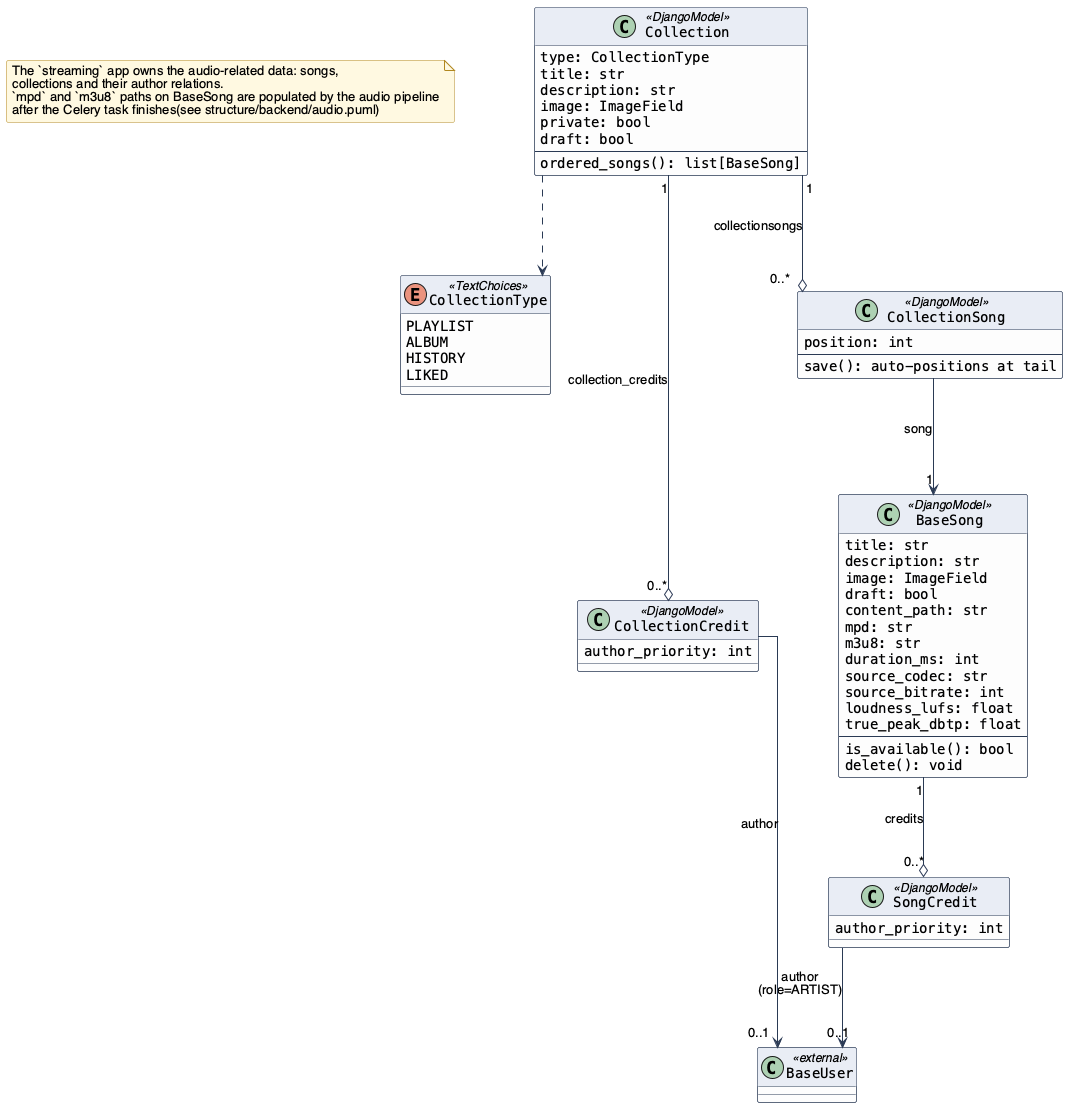
This is text/diagrams/StreamingClassDiagram.png from ddrddrr/musikk, a PlantUML export, as it was before one commit. Source of this version:
```plantuml
@startuml StreamingClassDiagram

!include ../../_style.puml

note as n1
The `streaming` app owns the audio-related data: songs,
collections and their author relations.
`mpd` and `m3u8` paths on BaseSong are populated by the audio pipeline
after the Celery task finishes(see structure/backend/audio.puml)
end note

class BaseUser <<external>>

enum CollectionType <<TextChoices>> {
    PLAYLIST
    ALBUM
    HISTORY
    LIKED
}

class BaseSong <<DjangoModel>> {
    title: str
    description: str
    image: ImageField
    draft: bool
    content_path: str
    mpd: str
    m3u8: str
    duration_ms: int
    source_codec: str
    source_bitrate: int
    loudness_lufs: float
    true_peak_dbtp: float
    --
    is_available(): bool
    delete(): void
}

class SongCredit <<DjangoModel>> {
    author_priority: int
}

class Collection <<DjangoModel>> {
    type: CollectionType
    title: str
    description: str
    image: ImageField
    private: bool
    draft: bool
    --
    ordered_songs(): list[BaseSong]
}

class CollectionCredit <<DjangoModel>> {
    author_priority: int
}

class CollectionSong <<DjangoModel>> {
    position: int
    --
    save(): auto-positions at tail
}

Collection ..> CollectionType

BaseSong "1" --o "0..*" SongCredit : credits
SongCredit --> "0..1" BaseUser : author\n(role=ARTIST)

Collection "1" --o "0..*" CollectionCredit : collection_credits
CollectionCredit --> "0..1" BaseUser : author

Collection "1" --o "0..*" CollectionSong : collectionsongs
CollectionSong --> "1" BaseSong : song

@enduml
```
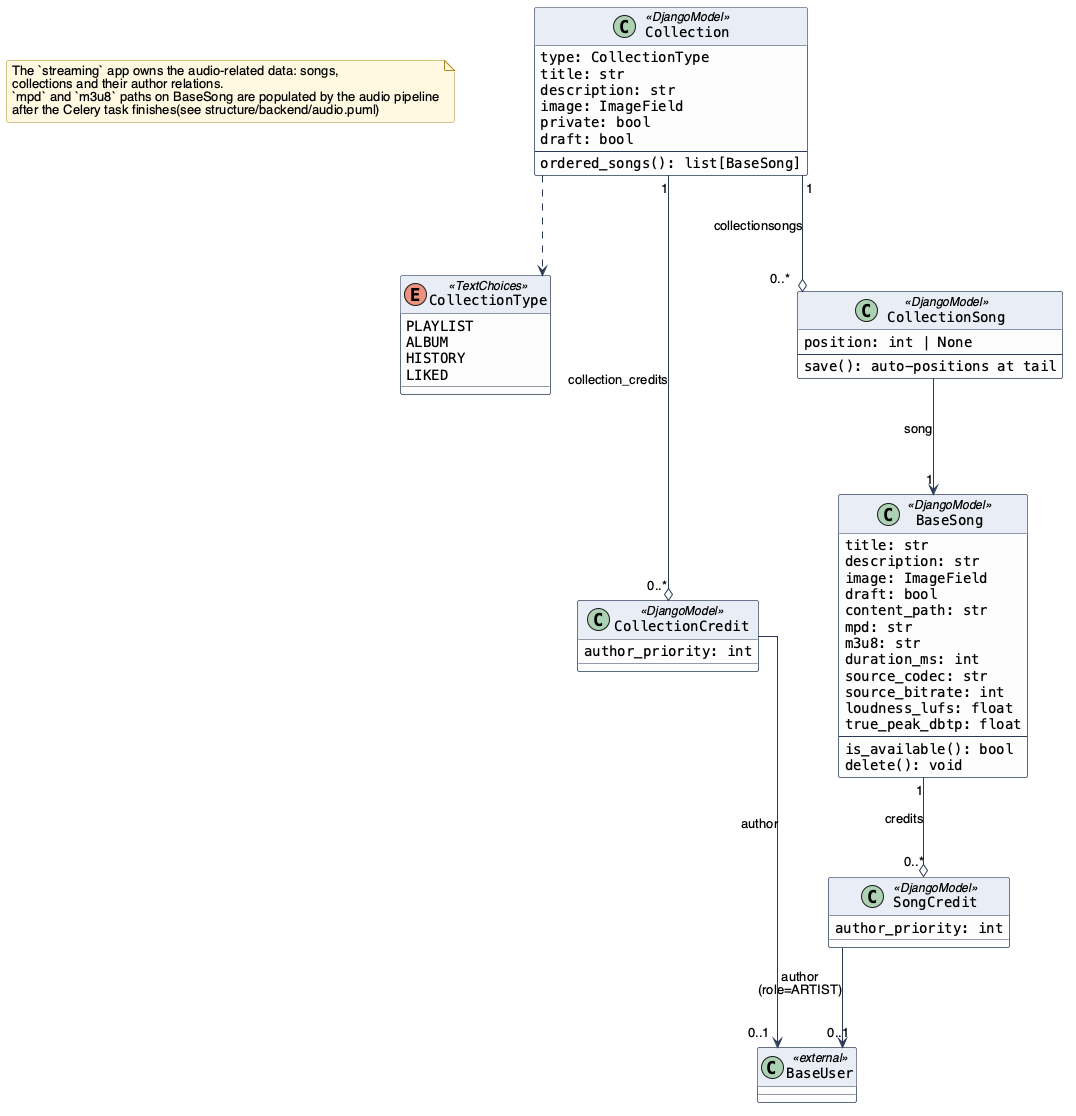
Later version of the same file.

Change to the diagram source:
```diff
@@ -56,7 +56,7 @@
 }
 
 class CollectionSong <<DjangoModel>> {
-    position: int
+    position: int | None
     --
     save(): auto-positions at tail
 }
```
